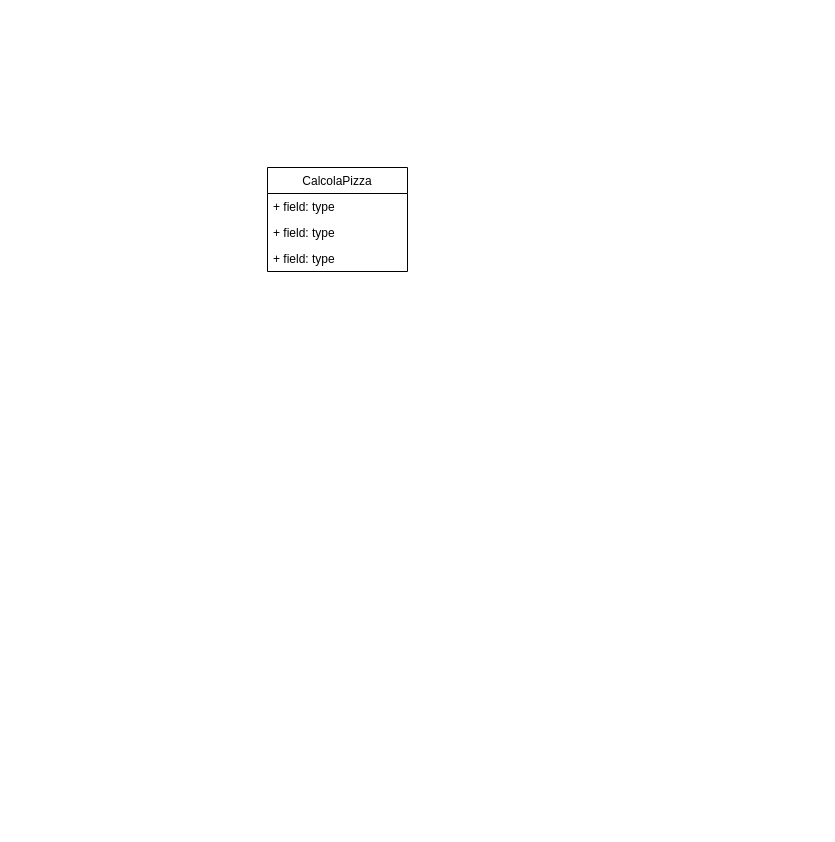
The draw.io diagram CalcolaPizza_CDiag.drawio in micki10/CalcolaPizza, before the edit. Source tidied: cells renumbered, new cells numbered last; positions are measured from the earlier drawing's top-left corner, leaving out a move shared by most shapes. Both pictures are drawn from the tidied source at 100%, with x=0, y=0 at pixel (267, 167).
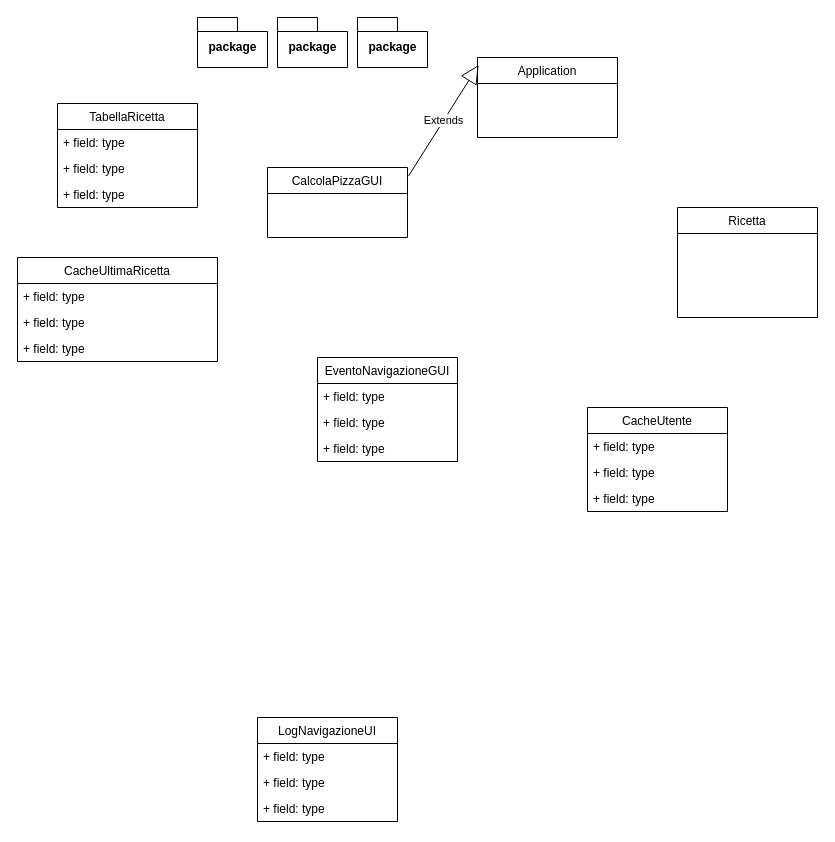
The same diagram, later.

What changed in the source:
```diff
@@
-    <mxCell id="2" value="CalcolaPizza" style="swimlane;fontStyle=0;horizontal=1;startSize=26;fillColor=none;" parent="1" vertex="1">
-      <mxGeometry width="140" height="104" as="geometry" />
+    <mxCell id="2" value="CalcolaPizzaGUI" style="swimlane;fontStyle=0;horizontal=1;startSize=26;fillColor=none;" parent="1" vertex="1">
+      <mxGeometry width="140" height="70" as="geometry" />
     </mxCell>
-    <mxCell id="3" value="+ field: type" style="text;strokeColor=none;fillColor=none;align=left;verticalAlign=top;spacingLeft=4;spacingRight=4;overflow=hidden;" parent="2" vertex="1">
-      <mxGeometry y="26" width="140" height="26" as="geometry" />
-    </mxCell>
-    <mxCell id="4" value="+ field: type" style="text;strokeColor=none;fillColor=none;align=left;verticalAlign=top;spacingLeft=4;spacingRight=4;overflow=hidden;" parent="2" vertex="1">
-      <mxGeometry y="52" width="140" height="26" as="geometry" />
-    </mxCell>
-    <mxCell id="5" value="+ field: type" style="text;strokeColor=none;fillColor=none;align=left;verticalAlign=top;spacingLeft=4;spacingRight=4;overflow=hidden;" parent="2" vertex="1">
-      <mxGeometry y="78" width="140" height="26" as="geometry" />
-    </mxCell>
+    <mxCell id="6" value="Application" style="swimlane;fontStyle=0;horizontal=1;startSize=26;fillColor=none;" parent="1" vertex="1">
+      <mxGeometry x="210" y="-110" width="140" height="80" as="geometry" />
+    </mxCell>
+    <mxCell id="7" value="Extends" style="endArrow=block;endSize=16;endFill=0;html=1;exitX=1.008;exitY=0.12;exitDx=0;exitDy=0;exitPerimeter=0;entryX=0.008;entryY=0.094;entryDx=0;entryDy=0;entryPerimeter=0;" parent="1" edge="1" source="2" target="6">
+      <mxGeometry relative="1" as="geometry" />
+    </mxCell>
+    <mxCell id="8" value="Ricetta" style="swimlane;fontStyle=0;horizontal=1;startSize=26;fillColor=none;" parent="1" vertex="1">
+      <mxGeometry x="410" y="40" width="140" height="110" as="geometry" />
+    </mxCell>
+    <mxCell id="9" value="TabellaRicetta" style="swimlane;fontStyle=0;horizontal=1;startSize=26;fillColor=none;" parent="1" vertex="1">
+      <mxGeometry x="-210" y="-64" width="140" height="104" as="geometry" />
+    </mxCell>
+    <mxCell id="10" value="+ field: type" style="text;strokeColor=none;fillColor=none;align=left;verticalAlign=top;spacingLeft=4;spacingRight=4;overflow=hidden;" parent="9" vertex="1">
+      <mxGeometry y="26" width="140" height="26" as="geometry" />
+    </mxCell>
+    <mxCell id="11" value="+ field: type" style="text;strokeColor=none;fillColor=none;align=left;verticalAlign=top;spacingLeft=4;spacingRight=4;overflow=hidden;" parent="9" vertex="1">
+      <mxGeometry y="52" width="140" height="26" as="geometry" />
+    </mxCell>
+    <mxCell id="12" value="+ field: type" style="text;strokeColor=none;fillColor=none;align=left;verticalAlign=top;spacingLeft=4;spacingRight=4;overflow=hidden;" parent="9" vertex="1">
+      <mxGeometry y="78" width="140" height="26" as="geometry" />
+    </mxCell>
+    <mxCell id="13" value="package" style="shape=folder;fontStyle=1;spacingTop=10;tabWidth=40;tabHeight=14;tabPosition=left;html=1;" parent="1" vertex="1">
+      <mxGeometry x="10" y="-150" width="70" height="50" as="geometry" />
+    </mxCell>
+    <mxCell id="14" value="package" style="shape=folder;fontStyle=1;spacingTop=10;tabWidth=40;tabHeight=14;tabPosition=left;html=1;" parent="1" vertex="1">
+      <mxGeometry x="90" y="-150" width="70" height="50" as="geometry" />
+    </mxCell>
+    <mxCell id="15" value="package" style="shape=folder;fontStyle=1;spacingTop=10;tabWidth=40;tabHeight=14;tabPosition=left;html=1;" parent="1" vertex="1">
+      <mxGeometry x="-70" y="-150" width="70" height="50" as="geometry" />
+    </mxCell>
+    <mxCell id="16" value="EventoNavigazioneGUI" style="swimlane;fontStyle=0;horizontal=1;startSize=26;fillColor=none;" parent="1" vertex="1">
+      <mxGeometry x="50" y="190" width="140" height="104" as="geometry" />
+    </mxCell>
+    <mxCell id="17" value="+ field: type" style="text;strokeColor=none;fillColor=none;align=left;verticalAlign=top;spacingLeft=4;spacingRight=4;overflow=hidden;" parent="16" vertex="1">
+      <mxGeometry y="26" width="140" height="26" as="geometry" />
+    </mxCell>
+    <mxCell id="18" value="+ field: type" style="text;strokeColor=none;fillColor=none;align=left;verticalAlign=top;spacingLeft=4;spacingRight=4;overflow=hidden;" parent="16" vertex="1">
+      <mxGeometry y="52" width="140" height="26" as="geometry" />
+    </mxCell>
+    <mxCell id="19" value="+ field: type" style="text;strokeColor=none;fillColor=none;align=left;verticalAlign=top;spacingLeft=4;spacingRight=4;overflow=hidden;" parent="16" vertex="1">
+      <mxGeometry y="78" width="140" height="26" as="geometry" />
+    </mxCell>
+    <mxCell id="20" value="CacheUltimaRicetta" style="swimlane;fontStyle=0;horizontal=1;startSize=26;fillColor=none;" parent="1" vertex="1">
+      <mxGeometry x="-250" y="90" width="200" height="104" as="geometry" />
+    </mxCell>
+    <mxCell id="21" value="+ field: type" style="text;strokeColor=none;fillColor=none;align=left;verticalAlign=top;spacingLeft=4;spacingRight=4;overflow=hidden;" parent="20" vertex="1">
+      <mxGeometry y="26" width="200" height="26" as="geometry" />
+    </mxCell>
+    <mxCell id="22" value="+ field: type" style="text;strokeColor=none;fillColor=none;align=left;verticalAlign=top;spacingLeft=4;spacingRight=4;overflow=hidden;" parent="20" vertex="1">
+      <mxGeometry y="52" width="200" height="26" as="geometry" />
+    </mxCell>
+    <mxCell id="23" value="+ field: type" style="text;strokeColor=none;fillColor=none;align=left;verticalAlign=top;spacingLeft=4;spacingRight=4;overflow=hidden;" parent="20" vertex="1">
+      <mxGeometry y="78" width="200" height="26" as="geometry" />
+    </mxCell>
+    <mxCell id="24" value="CacheUtente" style="swimlane;fontStyle=0;horizontal=1;startSize=26;fillColor=none;" parent="1" vertex="1">
+      <mxGeometry x="320" y="240" width="140" height="104" as="geometry" />
+    </mxCell>
+    <mxCell id="25" value="+ field: type" style="text;strokeColor=none;fillColor=none;align=left;verticalAlign=top;spacingLeft=4;spacingRight=4;overflow=hidden;" parent="24" vertex="1">
+      <mxGeometry y="26" width="140" height="26" as="geometry" />
+    </mxCell>
+    <mxCell id="26" value="+ field: type" style="text;strokeColor=none;fillColor=none;align=left;verticalAlign=top;spacingLeft=4;spacingRight=4;overflow=hidden;" parent="24" vertex="1">
+      <mxGeometry y="52" width="140" height="26" as="geometry" />
+    </mxCell>
+    <mxCell id="27" value="+ field: type" style="text;strokeColor=none;fillColor=none;align=left;verticalAlign=top;spacingLeft=4;spacingRight=4;overflow=hidden;" parent="24" vertex="1">
+      <mxGeometry y="78" width="140" height="26" as="geometry" />
+    </mxCell>
+    <mxCell id="28" value="LogNavigazioneUI" style="swimlane;fontStyle=0;horizontal=1;startSize=26;fillColor=none;" parent="1" vertex="1">
+      <mxGeometry x="-10" y="550" width="140" height="104" as="geometry" />
+    </mxCell>
+    <mxCell id="29" value="+ field: type" style="text;strokeColor=none;fillColor=none;align=left;verticalAlign=top;spacingLeft=4;spacingRight=4;overflow=hidden;" parent="28" vertex="1">
+      <mxGeometry y="26" width="140" height="26" as="geometry" />
+    </mxCell>
+    <mxCell id="30" value="+ field: type" style="text;strokeColor=none;fillColor=none;align=left;verticalAlign=top;spacingLeft=4;spacingRight=4;overflow=hidden;" parent="28" vertex="1">
+      <mxGeometry y="52" width="140" height="26" as="geometry" />
+    </mxCell>
+    <mxCell id="31" value="+ field: type" style="text;strokeColor=none;fillColor=none;align=left;verticalAlign=top;spacingLeft=4;spacingRight=4;overflow=hidden;" parent="28" vertex="1">
+      <mxGeometry y="78" width="140" height="26" as="geometry" />
+    </mxCell>
```
